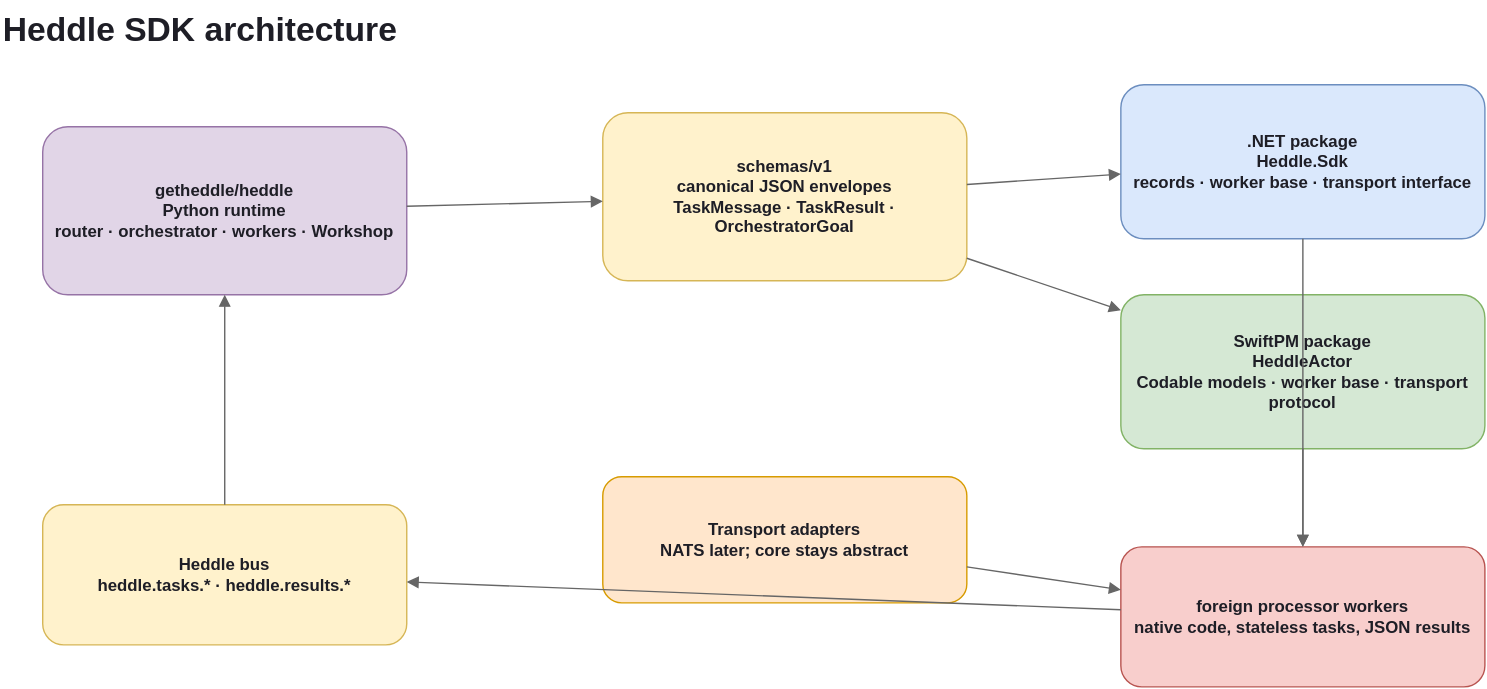
This is docs/images/sdk-architecture.svg from getheddle/heddle-sdk, a draw.io export, as it was before one commit. Source tidied: cells renumbered, new cells last; positions are measured from the earlier drawing's top-left corner, leaving out a move shared by most shapes. Source of this version:
```xml
<mxGraphModel>
  <root>
    <mxCell id="0" />
    <mxCell id="1" parent="0" />
    <mxCell id="2" value="Heddle SDK architecture" style="text;html=1;strokeColor=none;fillColor=none;fontSize=24;fontStyle=1;fontColor=#1e1e26;align=left;" parent="1" vertex="1">
      <mxGeometry width="520" height="40" as="geometry" />
    </mxCell>
    <mxCell id="3" value="getheddle/heddle&lt;br&gt;Python runtime&lt;br&gt;router · orchestrator · workers · Workshop" style="rounded=1;whiteSpace=wrap;html=1;fillColor=#e1d5e7;strokeColor=#9673a6;fontColor=#1e1e26;fontStyle=1;" parent="1" vertex="1">
      <mxGeometry x="30" y="90" width="260" height="120" as="geometry" />
    </mxCell>
    <mxCell id="4" value="schemas/v1&lt;br&gt;canonical JSON envelopes&lt;br&gt;TaskMessage · TaskResult · OrchestratorGoal" style="rounded=1;whiteSpace=wrap;html=1;fillColor=#fff2cc;strokeColor=#d6b656;fontColor=#1e1e26;fontStyle=1;" parent="1" vertex="1">
      <mxGeometry x="430" y="80" width="260" height="120" as="geometry" />
    </mxCell>
    <mxCell id="5" value=".NET package&lt;br&gt;Heddle.Sdk&lt;br&gt;records · worker base · transport interface" style="rounded=1;whiteSpace=wrap;html=1;fillColor=#dae8fc;strokeColor=#6c8ebf;fontColor=#1e1e26;fontStyle=1;" parent="1" vertex="1">
      <mxGeometry x="800" y="60" width="260" height="110" as="geometry" />
    </mxCell>
    <mxCell id="6" value="SwiftPM package&lt;br&gt;HeddleActor&lt;br&gt;Codable models · worker base · transport protocol" style="rounded=1;whiteSpace=wrap;html=1;fillColor=#d5e8d4;strokeColor=#82b366;fontColor=#1e1e26;fontStyle=1;" parent="1" vertex="1">
      <mxGeometry x="800" y="210" width="260" height="110" as="geometry" />
    </mxCell>
    <mxCell id="7" value="Transport adapters&lt;br&gt;NATS later; core stays abstract" style="rounded=1;whiteSpace=wrap;html=1;fillColor=#ffe6cc;strokeColor=#d79b00;fontColor=#1e1e26;fontStyle=1;" parent="1" vertex="1">
      <mxGeometry x="430" y="340" width="260" height="90" as="geometry" />
    </mxCell>
    <mxCell id="8" value="foreign processor workers&lt;br&gt;native code, stateless tasks, JSON results" style="rounded=1;whiteSpace=wrap;html=1;fillColor=#f8cecc;strokeColor=#b85450;fontColor=#1e1e26;fontStyle=1;" parent="1" vertex="1">
      <mxGeometry x="800" y="390" width="260" height="100" as="geometry" />
    </mxCell>
    <mxCell id="9" value="Heddle bus&lt;br&gt;heddle.tasks.* · heddle.results.*" style="rounded=1;whiteSpace=wrap;html=1;fillColor=#fff2cc;strokeColor=#d6b656;fontColor=#1e1e26;fontStyle=1;" parent="1" vertex="1">
      <mxGeometry x="30" y="360" width="260" height="100" as="geometry" />
    </mxCell>
    <mxCell id="10" style="endArrow=block;html=1;rounded=0;strokeColor=#666666;" parent="1" edge="1" source="3" target="4">
      <mxGeometry relative="1" as="geometry" />
    </mxCell>
    <mxCell id="11" style="endArrow=block;html=1;rounded=0;strokeColor=#666666;" parent="1" edge="1" source="4" target="5">
      <mxGeometry relative="1" as="geometry" />
    </mxCell>
    <mxCell id="12" style="endArrow=block;html=1;rounded=0;strokeColor=#666666;" parent="1" edge="1" source="4" target="6">
      <mxGeometry relative="1" as="geometry" />
    </mxCell>
    <mxCell id="13" style="endArrow=block;html=1;rounded=0;strokeColor=#666666;" parent="1" edge="1" source="5" target="8">
      <mxGeometry relative="1" as="geometry" />
    </mxCell>
    <mxCell id="14" style="endArrow=block;html=1;rounded=0;strokeColor=#666666;" parent="1" edge="1" source="6" target="8">
      <mxGeometry relative="1" as="geometry" />
    </mxCell>
    <mxCell id="15" style="endArrow=block;html=1;rounded=0;strokeColor=#666666;" parent="1" edge="1" source="7" target="8">
      <mxGeometry relative="1" as="geometry" />
    </mxCell>
    <mxCell id="16" style="endArrow=block;html=1;rounded=0;strokeColor=#666666;" parent="1" edge="1" source="8" target="9">
      <mxGeometry relative="1" as="geometry" />
    </mxCell>
    <mxCell id="17" style="endArrow=block;html=1;rounded=0;strokeColor=#666666;" parent="1" edge="1" source="9" target="3">
      <mxGeometry relative="1" as="geometry" />
    </mxCell>
  </root>
</mxGraphModel>
```
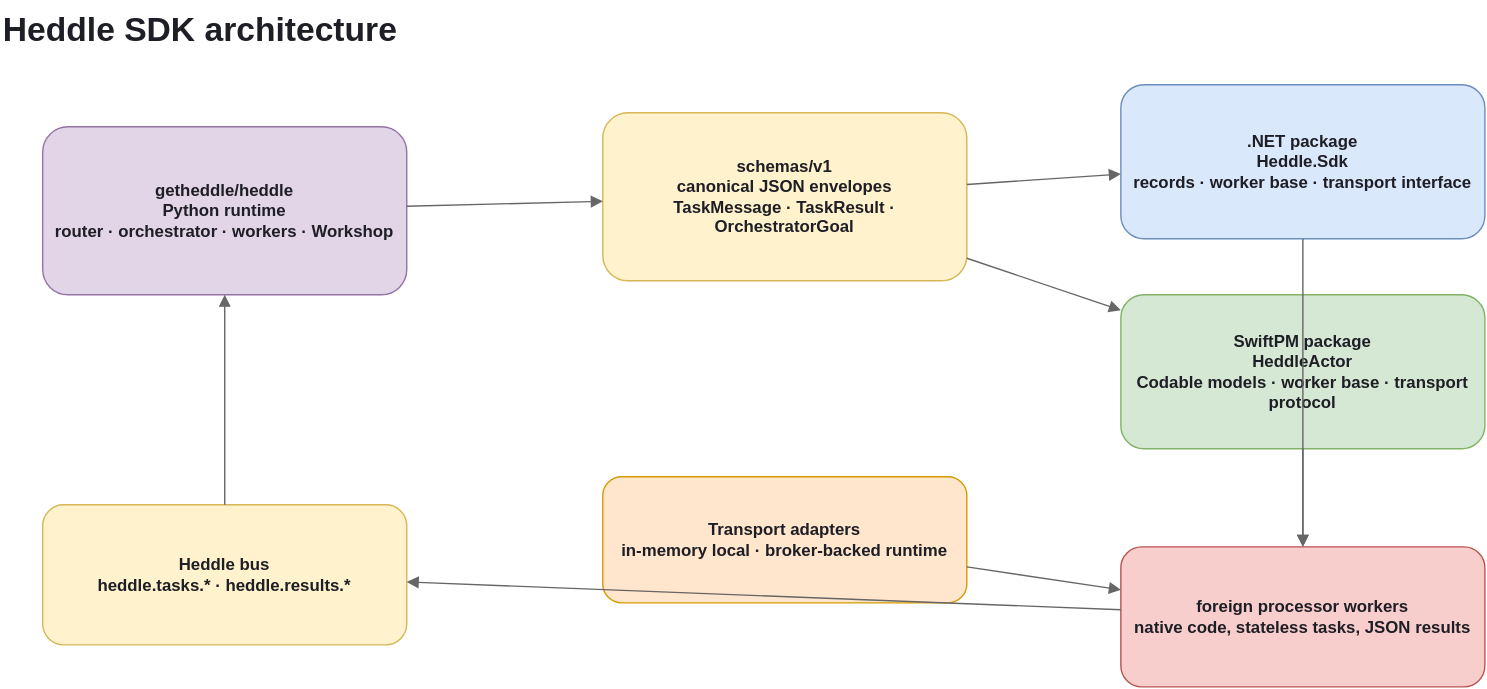
Later version of the same file.

Commit message:
chore(diagrams): auto-export drawio + dark variants

Diff of the diagram source:
```diff
@@ -17,7 +17,7 @@
     <mxCell id="6" value="SwiftPM package&lt;br&gt;HeddleActor&lt;br&gt;Codable models · worker base · transport protocol" style="rounded=1;whiteSpace=wrap;html=1;fillColor=#d5e8d4;strokeColor=#82b366;fontColor=#1e1e26;fontStyle=1;" parent="1" vertex="1">
       <mxGeometry x="800" y="210" width="260" height="110" as="geometry" />
     </mxCell>
-    <mxCell id="7" value="Transport adapters&lt;br&gt;NATS later; core stays abstract" style="rounded=1;whiteSpace=wrap;html=1;fillColor=#ffe6cc;strokeColor=#d79b00;fontColor=#1e1e26;fontStyle=1;" parent="1" vertex="1">
+    <mxCell id="7" value="Transport adapters&lt;br&gt;in-memory local · broker-backed runtime" style="rounded=1;whiteSpace=wrap;html=1;fillColor=#ffe6cc;strokeColor=#d79b00;fontColor=#1e1e26;fontStyle=1;" parent="1" vertex="1">
       <mxGeometry x="430" y="340" width="260" height="90" as="geometry" />
     </mxCell>
     <mxCell id="8" value="foreign processor workers&lt;br&gt;native code, stateless tasks, JSON results" style="rounded=1;whiteSpace=wrap;html=1;fillColor=#f8cecc;strokeColor=#b85450;fontColor=#1e1e26;fontStyle=1;" parent="1" vertex="1">
```
